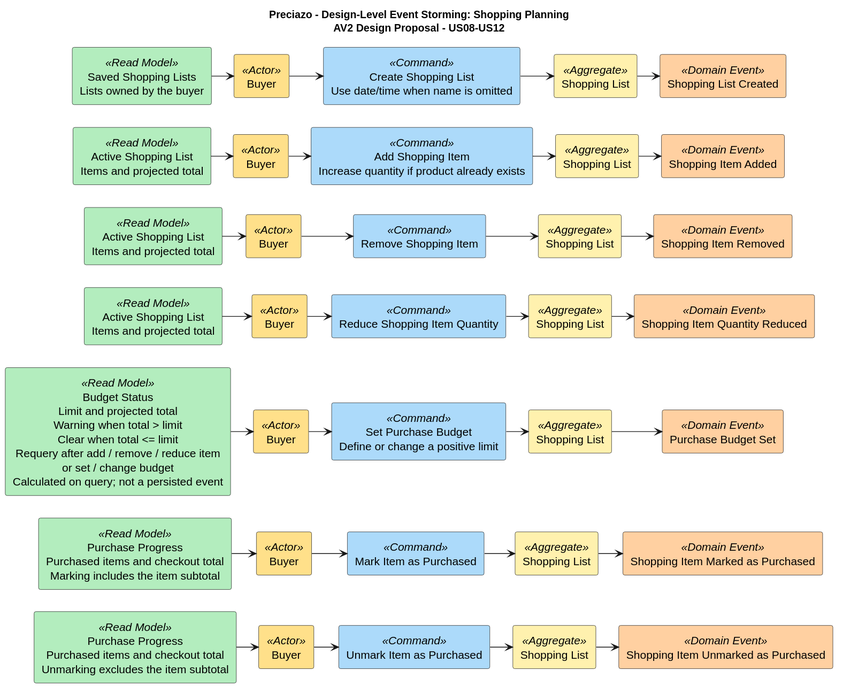
Above: assets/architecture/event-storming/shopping-planning.svg in Open-Source-1ASI0729-2620-7750/preciazo-report (PlantUML), before the change.
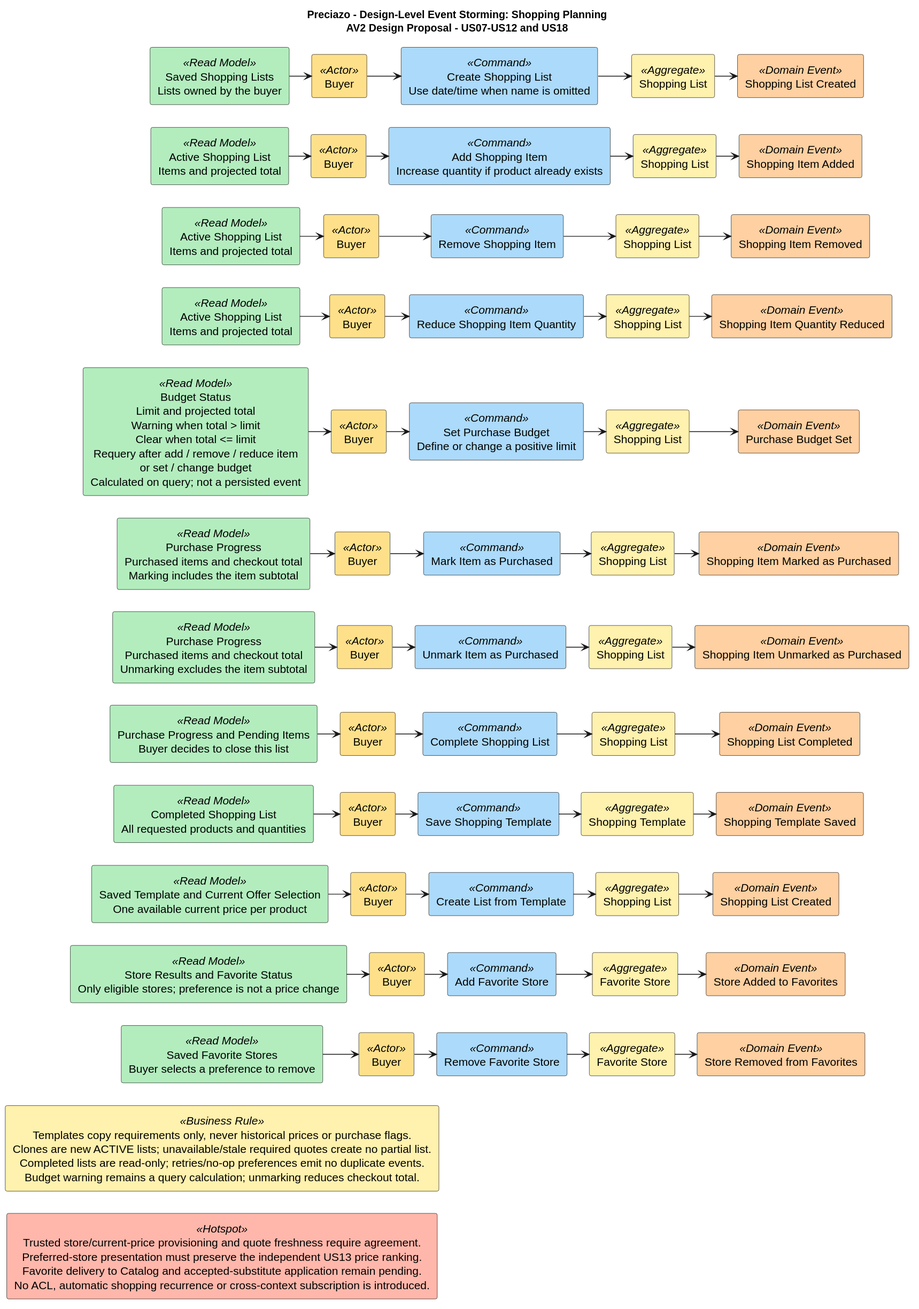
The same diagram one commit later.

Change to the diagram source:
```diff
@@ -3,7 +3,7 @@
 
 title
 Preciazo - Design-Level Event Storming: Shopping Planning
-AV2 Design Proposal - US08-US12
+AV2 Design Proposal - US07-US12 and US18
 end title
 skinparam shadowing false
 skinparam defaultFontSize 15
@@ -112,4 +112,85 @@
 command5 -[hidden]down-> command6
 aggregate5 -[hidden]down-> aggregate6
 event5 -[hidden]down-> event6
+
+
+rectangle "Purchase Progress and Pending Items\nBuyer decides to close this list" as read7 <<Read Model>> #B3EDBE
+rectangle "Buyer" as buyer7 <<Actor>> #FFE08A
+rectangle "Complete Shopping List" as command7 <<Command>> #ACDAFA
+rectangle "Shopping List" as aggregate7 <<Aggregate>> #FFF1AE
+rectangle "Shopping List Completed" as event7 <<Domain Event>> #FFD0A1
+read7 -right-> buyer7
+buyer7 -right-> command7
+command7 -right-> aggregate7
+aggregate7 -right-> event7
+read6 -[hidden]down-> read7
+buyer6 -[hidden]down-> buyer7
+command6 -[hidden]down-> command7
+aggregate6 -[hidden]down-> aggregate7
+event6 -[hidden]down-> event7
+
+rectangle "Completed Shopping List\nAll requested products and quantities" as read8 <<Read Model>> #B3EDBE
+rectangle "Buyer" as buyer8 <<Actor>> #FFE08A
+rectangle "Save Shopping Template" as command8 <<Command>> #ACDAFA
+rectangle "Shopping Template" as aggregate8 <<Aggregate>> #FFF1AE
+rectangle "Shopping Template Saved" as event8 <<Domain Event>> #FFD0A1
+read8 -right-> buyer8
+buyer8 -right-> command8
+command8 -right-> aggregate8
+aggregate8 -right-> event8
+read7 -[hidden]down-> read8
+buyer7 -[hidden]down-> buyer8
+command7 -[hidden]down-> command8
+aggregate7 -[hidden]down-> aggregate8
+event7 -[hidden]down-> event8
+
+rectangle "Saved Template and Current Offer Selection\nOne available current price per product" as read9 <<Read Model>> #B3EDBE
+rectangle "Buyer" as buyer9 <<Actor>> #FFE08A
+rectangle "Create List from Template" as command9 <<Command>> #ACDAFA
+rectangle "Shopping List" as aggregate9 <<Aggregate>> #FFF1AE
+rectangle "Shopping List Created" as event9 <<Domain Event>> #FFD0A1
+read9 -right-> buyer9
+buyer9 -right-> command9
+command9 -right-> aggregate9
+aggregate9 -right-> event9
+read8 -[hidden]down-> read9
+buyer8 -[hidden]down-> buyer9
+command8 -[hidden]down-> command9
+aggregate8 -[hidden]down-> aggregate9
+event8 -[hidden]down-> event9
+
+rectangle "Store Results and Favorite Status\nOnly eligible stores; preference is not a price change" as read10 <<Read Model>> #B3EDBE
+rectangle "Buyer" as buyer10 <<Actor>> #FFE08A
+rectangle "Add Favorite Store" as command10 <<Command>> #ACDAFA
+rectangle "Favorite Store" as aggregate10 <<Aggregate>> #FFF1AE
+rectangle "Store Added to Favorites" as event10 <<Domain Event>> #FFD0A1
+read10 -right-> buyer10
+buyer10 -right-> command10
+command10 -right-> aggregate10
+aggregate10 -right-> event10
+read9 -[hidden]down-> read10
+buyer9 -[hidden]down-> buyer10
+command9 -[hidden]down-> command10
+aggregate9 -[hidden]down-> aggregate10
+event9 -[hidden]down-> event10
+
+rectangle "Saved Favorite Stores\nBuyer selects a preference to remove" as read11 <<Read Model>> #B3EDBE
+rectangle "Buyer" as buyer11 <<Actor>> #FFE08A
+rectangle "Remove Favorite Store" as command11 <<Command>> #ACDAFA
+rectangle "Favorite Store" as aggregate11 <<Aggregate>> #FFF1AE
+rectangle "Store Removed from Favorites" as event11 <<Domain Event>> #FFD0A1
+read11 -right-> buyer11
+buyer11 -right-> command11
+command11 -right-> aggregate11
+aggregate11 -right-> event11
+read10 -[hidden]down-> read11
+buyer10 -[hidden]down-> buyer11
+command10 -[hidden]down-> command11
+aggregate10 -[hidden]down-> aggregate11
+event10 -[hidden]down-> event11
+
+rectangle "Templates copy requirements only, never historical prices or purchase flags.\nClones are new ACTIVE lists; unavailable/stale required quotes create no partial list.\nCompleted lists are read-only; retries/no-op preferences emit no duplicate events.\nBudget warning remains a query calculation; unmarking reduces checkout total." as recurrenceRules <<Business Rule>> #FFF1AE
+rectangle "Trusted store/current-price provisioning and quote freshness require agreement.\nPreferred-store presentation must preserve the independent US13 price ranking.\nFavorite delivery to Catalog and accepted-substitute application remain pending.\nNo ACL, automatic shopping recurrence or cross-context subscription is introduced." as recurrenceHotspot <<Hotspot>> #FFB7AB
+read11 -[hidden]down-> recurrenceRules
+recurrenceRules -[hidden]down-> recurrenceHotspot
 @enduml
```
